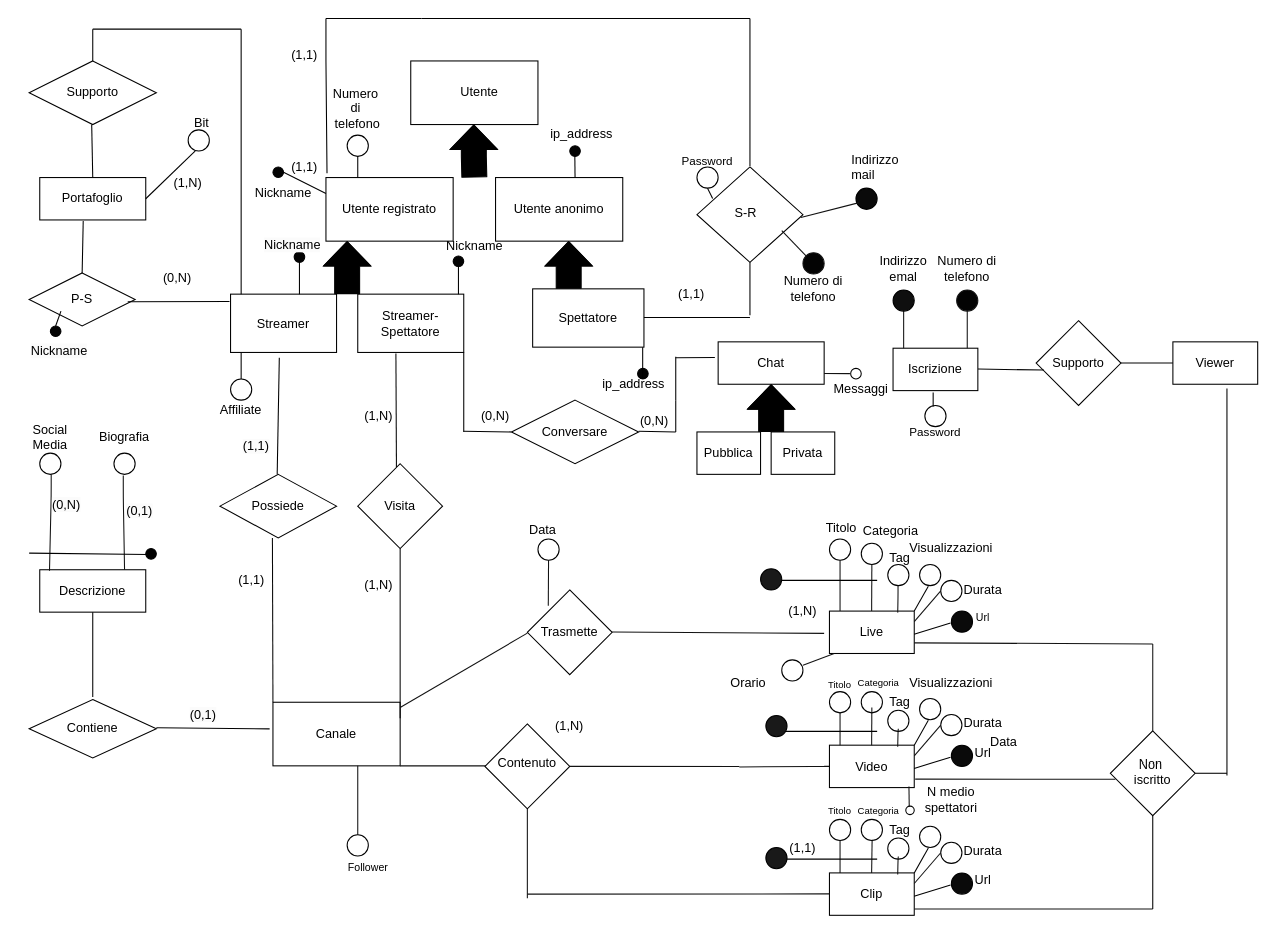
Before: e-r_revised_hypothesis.drawio in Popper002/Streaming-Service-Db-project-unito, a draw.io diagram. Source tidied: cells renumbered, new cells numbered last; positions are measured from the earlier drawing's top-left corner, leaving out a move shared by most shapes. Both pictures are drawn from the tidied source at 106%, with x=0, y=0 at pixel (18, 18).
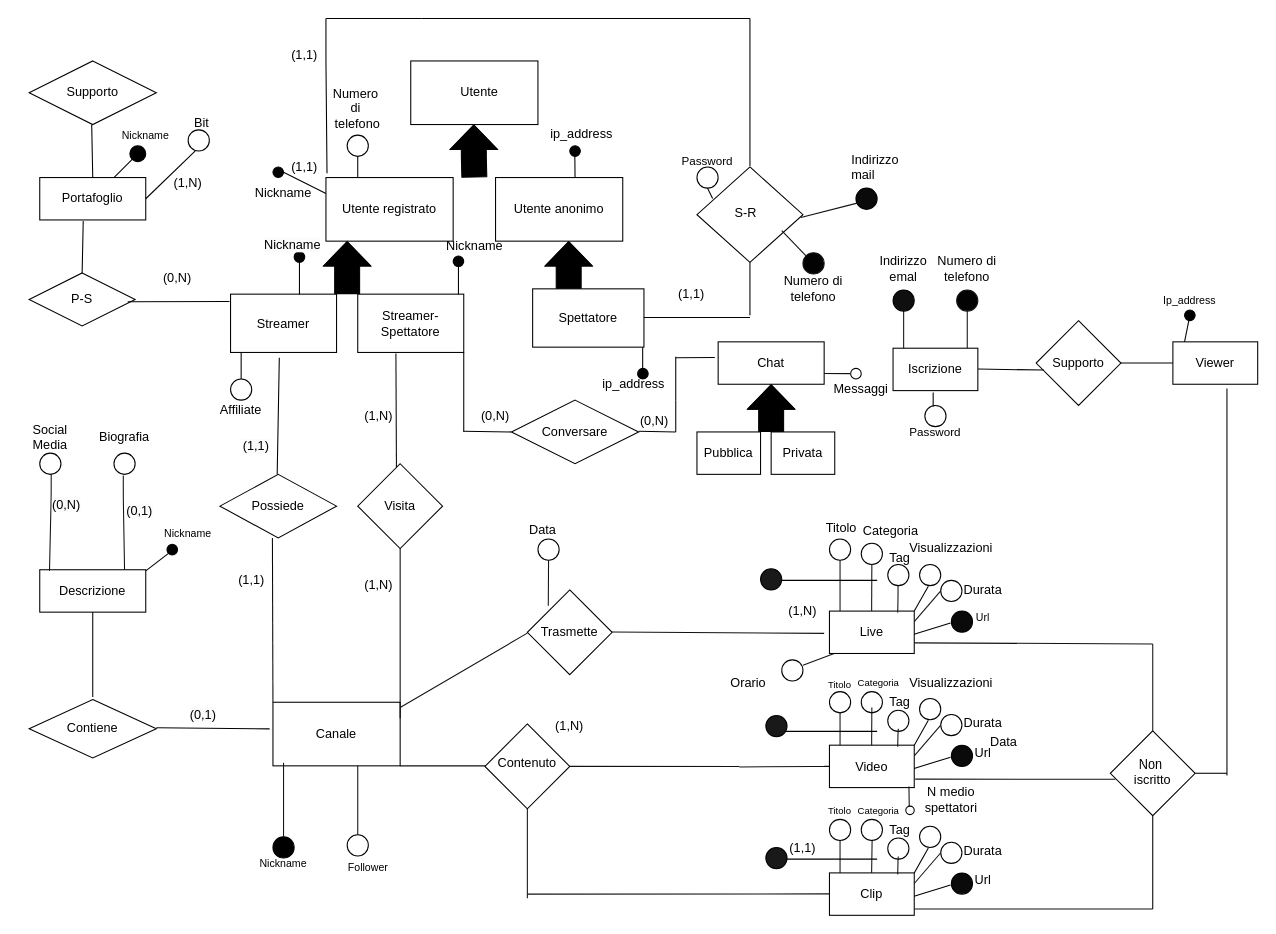
After the change.

The edit, as a diff of the source:
```diff
@@
-    <mxCell id="186" style="endArrow=none;html=1;rounded=0;" parent="1" edge="1">
-      <mxGeometry relative="1" as="geometry">
-        <mxPoint x="70" y="40" as="sourcePoint" />
-        <mxPoint x="70" y="10" as="targetPoint" />
-      </mxGeometry>
-    </mxCell>
-    <mxCell id="187" style="endArrow=none;html=1;rounded=0;" parent="1" edge="1">
-      <mxGeometry relative="1" as="geometry">
-        <mxPoint x="70" y="10" as="sourcePoint" />
-        <mxPoint x="210" y="10" as="targetPoint" />
-      </mxGeometry>
-    </mxCell>
-    <mxCell id="188" style="endArrow=none;html=1;rounded=0;exitX=0;exitY=0;exitDx=0;exitDy=0;" parent="1" edge="1">
-      <mxGeometry relative="1" as="geometry">
-        <mxPoint x="210" y="260" as="sourcePoint" />
-        <mxPoint x="210" y="10" as="targetPoint" />
-      </mxGeometry>
-    </mxCell>
@@
-    <mxCell id="195" style="ellipse;whiteSpace=wrap;html=1;fillColor=#030303;" parent="1" vertex="1">
-      <mxGeometry x="30" y="290" width="10" height="10" as="geometry" />
-    </mxCell>
-    <mxCell id="196" style="endArrow=none;html=1;rounded=0;exitX=0.5;exitY=0;exitDx=0;exitDy=0;" parent="1" edge="1" source="195">
-      <mxGeometry relative="1" as="geometry">
-        <mxPoint x="40" y="276" as="targetPoint" />
-      </mxGeometry>
-    </mxCell>
-    <mxCell id="197" value="&lt;span style=&quot;caret-color: rgb(0, 0, 0); color: rgb(0, 0, 0); font-family: Helvetica; font-size: 12.000000953674316px; font-style: normal; font-variant-caps: normal; font-weight: 400; letter-spacing: normal; text-align: center; text-indent: 0px; text-transform: none; word-spacing: 0px; -webkit-text-stroke-width: 0px; background-color: rgb(251, 251, 251); text-decoration: none; float: none; display: inline !important;&quot;&gt;Nickname&lt;/span&gt;" style="text;whiteSpace=wrap;html=1;" parent="1" vertex="1">
-      <mxGeometry x="10" y="300" width="90" height="40" as="geometry" />
-    </mxCell>
     <mxCell id="198" style="ellipse;whiteSpace=wrap;html=1;fillColor=#000000;" parent="1" vertex="1">
-      <mxGeometry x="120" y="500" width="10" height="10" as="geometry" />
+      <mxGeometry x="140" y="496" width="10" height="10" as="geometry" />
     </mxCell>
-    <mxCell id="199" style="endArrow=none;html=1;rounded=0;entryX=0;entryY=0;entryDx=0;entryDy=0;" parent="1" edge="1">
-      <mxGeometry relative="1" as="geometry">
-        <mxPoint x="10" y="504.3" as="sourcePoint" />
-        <mxPoint x="121.5" y="505.7" as="targetPoint" />
-      </mxGeometry>
-    </mxCell>
@@
+    <mxCell id="229" style="endArrow=none;html=1;fontColor=default;labelBackgroundColor=default;strokeColor=#121212;strokeWidth=1;" parent="1" edge="1">
+      <mxGeometry relative="1" as="geometry">
+        <mxPoint x="250" y="772" as="sourcePoint" />
+        <mxPoint x="250" y="702" as="targetPoint" />
+      </mxGeometry>
+    </mxCell>
+    <mxCell id="230" style="ellipse;whiteSpace=wrap;html=1;fillColor=#000000;strokeColor=#000000;" parent="1" vertex="1">
+      <mxGeometry x="240" y="772" width="20" height="20" as="geometry" />
+    </mxCell>
+    <mxCell id="231" value="&lt;font size=&quot;1&quot;&gt;Nickname&lt;/font&gt;" style="text;html=1;strokeColor=none;fillColor=none;align=center;verticalAlign=middle;whiteSpace=wrap;rounded=0;" parent="1" vertex="1">
+      <mxGeometry x="220" y="782" width="60" height="30" as="geometry" />
+    </mxCell>
+    <mxCell id="232" style="endArrow=none;html=1;rounded=0;" parent="1" edge="1">
+      <mxGeometry relative="1" as="geometry">
+        <mxPoint x="90" y="150" as="sourcePoint" />
+        <mxPoint x="110" y="130" as="targetPoint" />
+      </mxGeometry>
+    </mxCell>
+    <mxCell id="233" style="ellipse;whiteSpace=wrap;html=1;fillColor=#000000;" parent="1" vertex="1">
+      <mxGeometry x="105" y="120" width="15" height="15" as="geometry" />
+    </mxCell>
+    <mxCell id="234" value="&lt;font style=&quot;font-size: 10px;&quot;&gt;Nickname&lt;/font&gt;" style="text;html=1;strokeColor=none;fillColor=none;align=center;verticalAlign=middle;whiteSpace=wrap;rounded=0;" parent="1" vertex="1">
+      <mxGeometry x="90" y="95" width="60" height="30" as="geometry" />
+    </mxCell>
+    <mxCell id="235" style="endArrow=none;html=1;rounded=0;entryX=0;entryY=1;entryDx=0;entryDy=0;" parent="1" edge="1" target="198">
+      <mxGeometry relative="1" as="geometry">
+        <mxPoint x="120" y="521" as="sourcePoint" />
+      </mxGeometry>
+    </mxCell>
+    <mxCell id="236" value="&lt;font style=&quot;font-size: 10px;&quot;&gt;Nickname&lt;/font&gt;" style="text;html=1;strokeColor=none;fillColor=none;align=center;verticalAlign=middle;whiteSpace=wrap;rounded=0;" parent="1" vertex="1">
+      <mxGeometry x="130" y="471" width="60" height="30" as="geometry" />
+    </mxCell>
+    <mxCell id="237" style="endArrow=none;html=1;rounded=0;" parent="1" edge="1" source="239">
+      <mxGeometry relative="1" as="geometry">
+        <mxPoint x="1100" y="280" as="targetPoint" />
+      </mxGeometry>
+    </mxCell>
+    <mxCell id="238" style="endArrow=none;html=1;rounded=0;" parent="1" edge="1" target="239">
+      <mxGeometry relative="1" as="geometry">
+        <mxPoint x="1100" y="305" as="sourcePoint" />
+      </mxGeometry>
+    </mxCell>
+    <mxCell id="239" style="ellipse;whiteSpace=wrap;html=1;rotation=-180;fillColor=#000000;" parent="1" vertex="1">
+      <mxGeometry x="1100" y="275" width="10" height="10" as="geometry" />
+    </mxCell>
+    <mxCell id="240" value="&lt;font style=&quot;font-size: 10px;&quot;&gt;Ip_address&lt;/font&gt;" style="text;html=1;strokeColor=none;fillColor=none;align=center;verticalAlign=middle;whiteSpace=wrap;rounded=0;" parent="1" vertex="1">
+      <mxGeometry x="1075" y="251" width="60" height="30" as="geometry" />
+    </mxCell>
```
